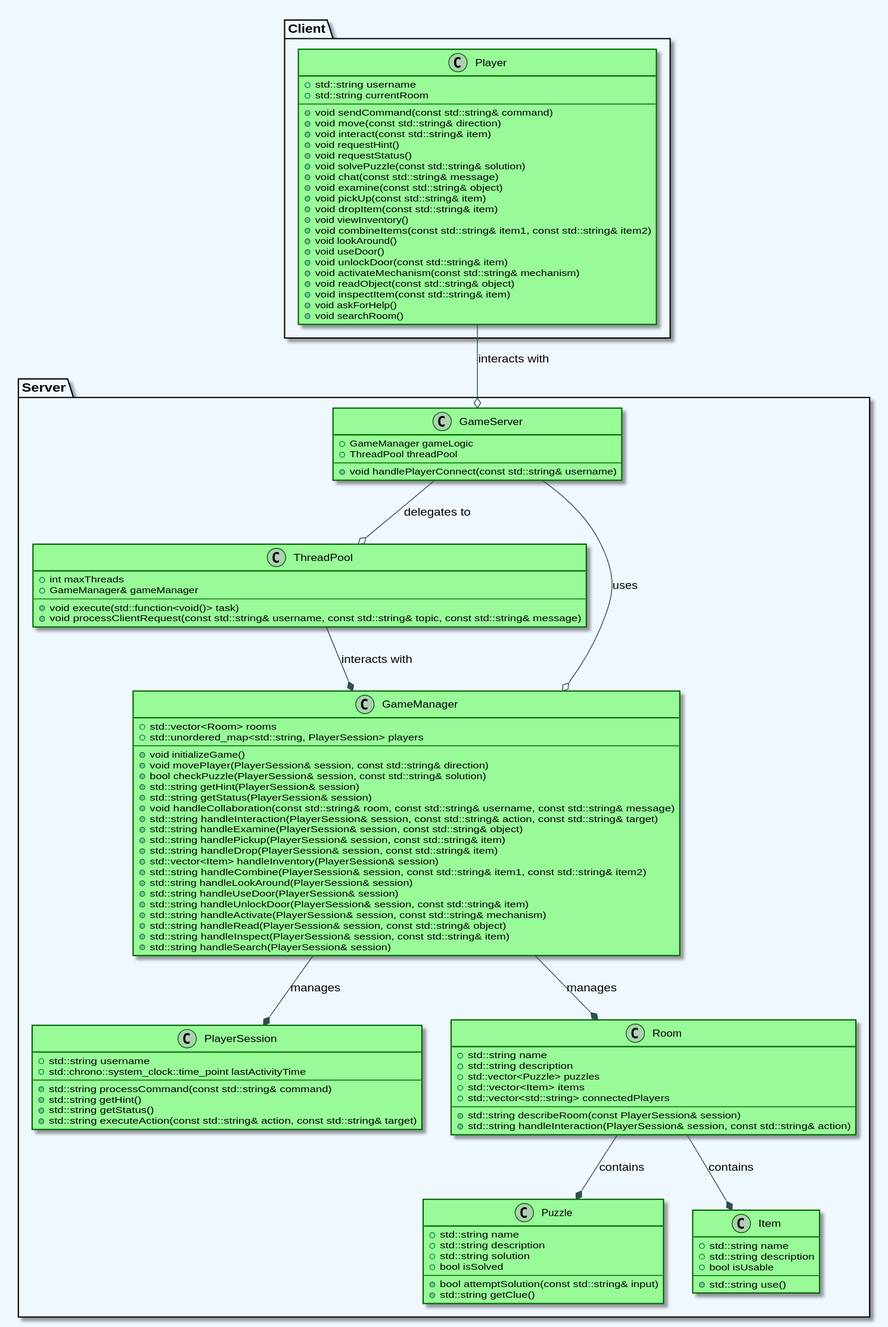
Above: CppClassDiagram.svg in Jvandijk335/CLI_ESCAPE_ROOM (PlantUML), before the change. Its diagram source:
```plantuml
@startuml CppClassDiagram
skinparam BackgroundColor #AliceBlue

skinparam class {
  BackgroundColor PaleGreen
  BorderColor DarkGreen
  ArrowColor DarkSlateGray
}

package "Client" {
  class Player {
    + std::string username
    + std::string currentRoom
    --
    + void sendCommand(const std::string& command)
    + void move(const std::string& direction)
    + void interact(const std::string& item)
    + void requestHint()
    + void requestStatus()
    + void solvePuzzle(const std::string& solution)
    + void chat(const std::string& message)
    + void examine(const std::string& object)
    + void pickUp(const std::string& item)
    + void dropItem(const std::string& item)
    + void viewInventory()
    + void combineItems(const std::string& item1, const std::string& item2)
    + void lookAround()
    + void useDoor()
    + void unlockDoor(const std::string& item)
    + void activateMechanism(const std::string& mechanism)
    + void readObject(const std::string& object)
    + void inspectItem(const std::string& item)
    + void askForHelp()
    + void searchRoom()
  }
}

package "Server" {
  class GameServer {
    + GameManager gameLogic
    + ThreadPool threadPool
    --
    + void handlePlayerConnect(const std::string& username)
  }

  class ThreadPool {
    + int maxThreads
    + GameManager& gameManager
    --
    + void execute(std::function<void()> task)
    + void processClientRequest(const std::string& username, const std::string& topic, const std::string& message)
  }

  class GameManager {
    + std::vector<Room> rooms
    + std::unordered_map<std::string, PlayerSession> players
    --
    + void initializeGame()
    + void movePlayer(PlayerSession& session, const std::string& direction)
    + bool checkPuzzle(PlayerSession& session, const std::string& solution)
    + std::string getHint(PlayerSession& session)
    + std::string getStatus(PlayerSession& session)
    + void handleCollaboration(const std::string& room, const std::string& username, const std::string& message)
    + std::string handleInteraction(PlayerSession& session, const std::string& action, const std::string& target)
    + std::string handleExamine(PlayerSession& session, const std::string& object)
    + std::string handlePickup(PlayerSession& session, const std::string& item)
    + std::string handleDrop(PlayerSession& session, const std::string& item)
    + std::vector<Item> handleInventory(PlayerSession& session)
    + std::string handleCombine(PlayerSession& session, const std::string& item1, const std::string& item2)
    + std::string handleLookAround(PlayerSession& session)
    + std::string handleUseDoor(PlayerSession& session)
    + std::string handleUnlockDoor(PlayerSession& session, const std::string& item)
    + std::string handleActivate(PlayerSession& session, const std::string& mechanism)
    + std::string handleRead(PlayerSession& session, const std::string& object)
    + std::string handleInspect(PlayerSession& session, const std::string& item)
    + std::string handleSearch(PlayerSession& session)
  }

  class PlayerSession {
    + std::string username
    + std::chrono::system_clock::time_point lastActivityTime
    --
    + std::string processCommand(const std::string& command)
    + std::string getHint()
    + std::string getStatus()
    + std::string executeAction(const std::string& action, const std::string& target)
  }

  class Room {
    + std::string name
    + std::string description
    + std::vector<Puzzle> puzzles
    + std::vector<Item> items
    + std::vector<std::string> connectedPlayers
    --
    + std::string describeRoom(const PlayerSession& session)
    + std::string handleInteraction(PlayerSession& session, const std::string& action)
  }

  class Puzzle {
    + std::string name
    + std::string description
    + std::string solution
    + bool isSolved
    --
    + bool attemptSolution(const std::string& input)
    + std::string getClue()
  }

  class Item {
    + std::string name
    + std::string description
    + bool isUsable
    --
    + std::string use()
  }
}

Player --o GameServer : interacts with
GameServer --o GameManager : uses
GameServer --o ThreadPool : delegates to
ThreadPool --* GameManager : interacts with
GameManager --* Room : manages
GameManager --* PlayerSession : manages
Room --* Puzzle : contains
Room --* Item : contains

@enduml
```
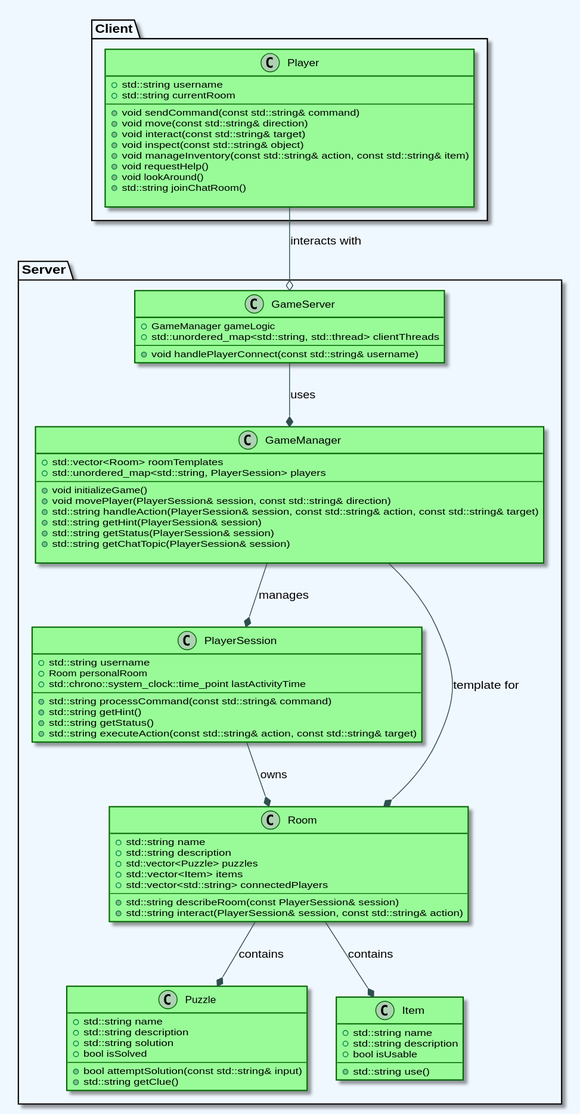
After the change.

Commit message:
Updated Readme document  - updated class diagram to be more accurate 	modified:   CppClassDiagram.svg 	modified:   Readme.md

The edit, as a diff of the source:
```diff
@@ -14,70 +14,40 @@
     --
     + void sendCommand(const std::string& command)
     + void move(const std::string& direction)
-    + void interact(const std::string& item)
-    + void requestHint()
-    + void requestStatus()
-    + void solvePuzzle(const std::string& solution)
-    + void chat(const std::string& message)
-    + void examine(const std::string& object)
-    + void pickUp(const std::string& item)
-    + void dropItem(const std::string& item)
-    + void viewInventory()
-    + void combineItems(const std::string& item1, const std::string& item2)
+    + void interact(const std::string& target)
+    + void inspect(const std::string& object)
+    + void manageInventory(const std::string& action, const std::string& item)
+    + void requestHelp()
     + void lookAround()
-    + void useDoor()
-    + void unlockDoor(const std::string& item)
-    + void activateMechanism(const std::string& mechanism)
-    + void readObject(const std::string& object)
-    + void inspectItem(const std::string& item)
-    + void askForHelp()
-    + void searchRoom()
+    + std::string joinChatRoom()
+
   }
 }
 
 package "Server" {
   class GameServer {
     + GameManager gameLogic
-    + ThreadPool threadPool
+    + std::unordered_map<std::string, std::thread> clientThreads
     --
     + void handlePlayerConnect(const std::string& username)
   }
 
-  class ThreadPool {
-    + int maxThreads
-    + GameManager& gameManager
-    --
-    + void execute(std::function<void()> task)
-    + void processClientRequest(const std::string& username, const std::string& topic, const std::string& message)
-  }
-
   class GameManager {
-    + std::vector<Room> rooms
+    + std::vector<Room> roomTemplates
     + std::unordered_map<std::string, PlayerSession> players
     --
     + void initializeGame()
     + void movePlayer(PlayerSession& session, const std::string& direction)
-    + bool checkPuzzle(PlayerSession& session, const std::string& solution)
+    + std::string handleAction(PlayerSession& session, const std::string& action, const std::string& target)
     + std::string getHint(PlayerSession& session)
     + std::string getStatus(PlayerSession& session)
-    + void handleCollaboration(const std::string& room, const std::string& username, const std::string& message)
-    + std::string handleInteraction(PlayerSession& session, const std::string& action, const std::string& target)
-    + std::string handleExamine(PlayerSession& session, const std::string& object)
-    + std::string handlePickup(PlayerSession& session, const std::string& item)
-    + std::string handleDrop(PlayerSession& session, const std::string& item)
-    + std::vector<Item> handleInventory(PlayerSession& session)
-    + std::string handleCombine(PlayerSession& session, const std::string& item1, const std::string& item2)
-    + std::string handleLookAround(PlayerSession& session)
-    + std::string handleUseDoor(PlayerSession& session)
-    + std::string handleUnlockDoor(PlayerSession& session, const std::string& item)
-    + std::string handleActivate(PlayerSession& session, const std::string& mechanism)
-    + std::string handleRead(PlayerSession& session, const std::string& object)
-    + std::string handleInspect(PlayerSession& session, const std::string& item)
-    + std::string handleSearch(PlayerSession& session)
+    + std::string getChatTopic(PlayerSession& session)
+
   }
 
   class PlayerSession {
     + std::string username
+    + Room personalRoom
     + std::chrono::system_clock::time_point lastActivityTime
     --
     + std::string processCommand(const std::string& command)
@@ -94,7 +64,7 @@
     + std::vector<std::string> connectedPlayers
     --
     + std::string describeRoom(const PlayerSession& session)
-    + std::string handleInteraction(PlayerSession& session, const std::string& action)
+    + std::string interact(PlayerSession& session, const std::string& action)
   }
 
   class Puzzle {
@@ -117,11 +87,10 @@
 }
 
 Player --o GameServer : interacts with
-GameServer --o GameManager : uses
-GameServer --o ThreadPool : delegates to
-ThreadPool --* GameManager : interacts with
-GameManager --* Room : manages
+GameServer --* GameManager : uses
+GameManager --* Room : template for
 GameManager --* PlayerSession : manages
+PlayerSession --* Room : owns
 Room --* Puzzle : contains
 Room --* Item : contains
 
```
